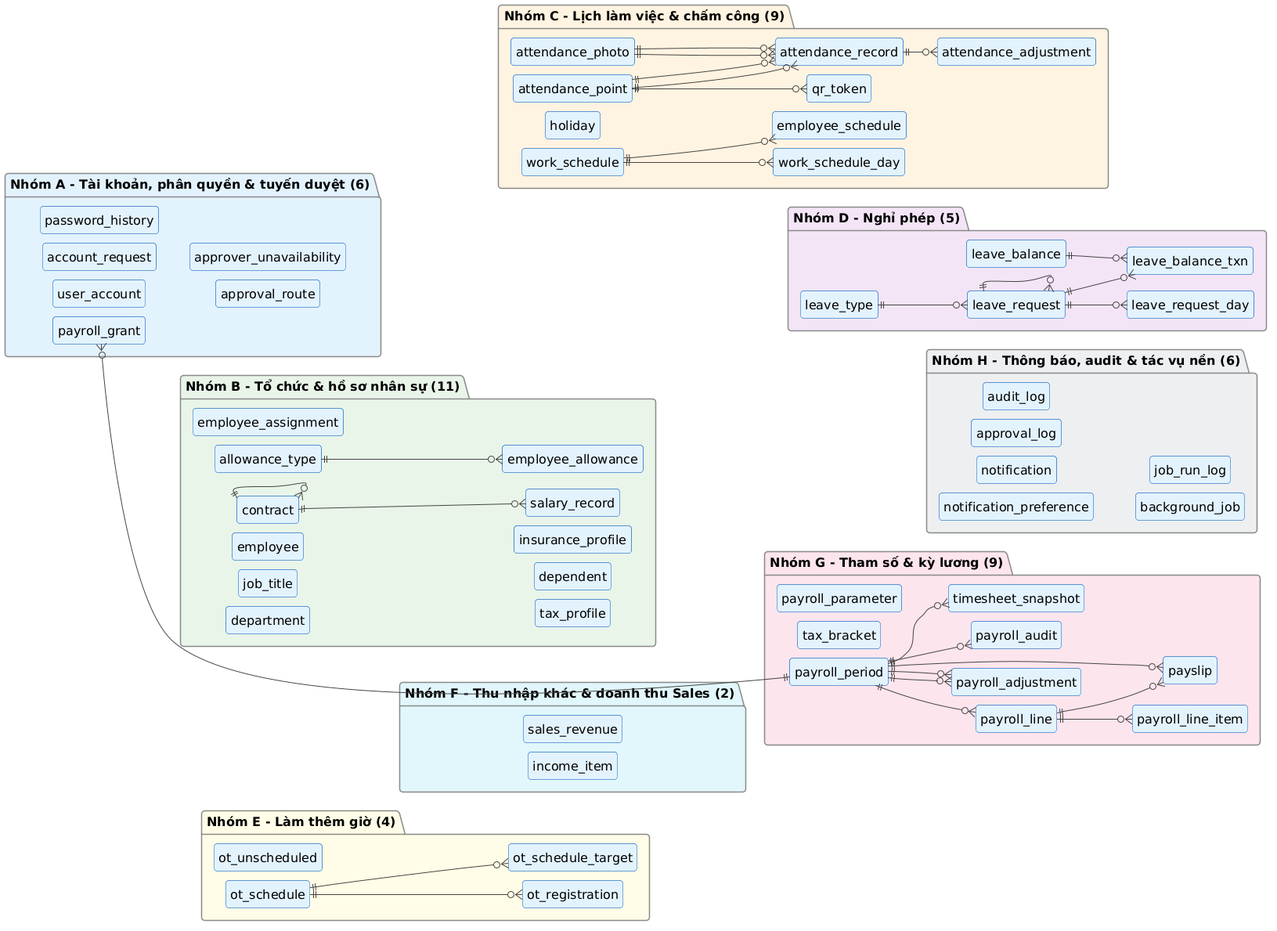
The PlantUML diagram docs/uml/png/fig4_3_erd_overview.png in gihan160306/HRFlow, before a commit. The source it was exported from:
```plantuml
@startuml
skinparam backgroundColor #FFFFFF
skinparam shadowing false
skinparam roundCorner 8
skinparam defaultFontSize 16
skinparam ArrowColor #444444
skinparam ArrowFontSize 14
skinparam maxMessageSize 220
skinparam wrapWidth 260
skinparam padding 3
skinparam actorBorderColor #333333
skinparam actorBackgroundColor #FFFFFF
skinparam usecaseBorderColor #1565C0
skinparam usecaseBackgroundColor #E3F2FD
skinparam rectangleBorderColor #546E7A
skinparam rectangleBackgroundColor #FAFAFA
skinparam packageBorderColor #546E7A
skinparam packageBackgroundColor #FAFAFA
skinparam classBorderColor #1565C0
skinparam classBackgroundColor #F5FAFF
skinparam classHeaderBackgroundColor #E3F2FD
skinparam participantBorderColor #1565C0
skinparam participantBackgroundColor #E3F2FD
skinparam sequenceLifeLineBorderColor #888888
skinparam sequenceGroupBorderColor #888888
skinparam stateBorderColor #1565C0
skinparam stateBackgroundColor #E3F2FD
skinparam activityBorderColor #1565C0
skinparam activityBackgroundColor #E3F2FD
skinparam noteBorderColor #F9A825
skinparam noteBackgroundColor #FFF8E1

hide circle
hide empty members
skinparam entityBackgroundColor #FFFFFF
left to right direction
skinparam nodesep 12
skinparam ranksep 40
skinparam entityBorderColor #1565C0
package "Nhóm A - Tài khoản, phân quyền & tuyến duyệt (6)" #E3F2FD {
  entity user_account
  entity password_history
  entity account_request
  entity payroll_grant
  entity approval_route
  entity approver_unavailability
}
package "Nhóm B - Tổ chức & hồ sơ nhân sự (11)" #E8F5E9 {
  entity department
  entity job_title
  entity employee
  entity employee_assignment
  entity contract
  entity salary_record
  entity allowance_type
  entity employee_allowance
  entity tax_profile
  entity dependent
  entity insurance_profile
}
package "Nhóm C - Lịch làm việc & chấm công (9)" #FFF3E0 {
  entity work_schedule
  entity work_schedule_day
  entity employee_schedule
  entity holiday
  entity attendance_point
  entity qr_token
  entity attendance_record
  entity attendance_photo
  entity attendance_adjustment
}
package "Nhóm D - Nghỉ phép (5)" #F3E5F5 {
  entity leave_type
  entity leave_request
  entity leave_request_day
  entity leave_balance
  entity leave_balance_txn
}
package "Nhóm E - Làm thêm giờ (4)" #FFFDE7 {
  entity ot_schedule
  entity ot_schedule_target
  entity ot_registration
  entity ot_unscheduled
}
package "Nhóm F - Thu nhập khác & doanh thu Sales (2)" #E0F7FA {
  entity income_item
  entity sales_revenue
}
package "Nhóm G - Tham số & kỳ lương (9)" #FCE4EC {
  entity payroll_parameter
  entity tax_bracket
  entity payroll_period
  entity timesheet_snapshot
  entity payroll_line
  entity payroll_line_item
  entity payroll_adjustment
  entity payslip
  entity payroll_audit
}
package "Nhóm H - Thông báo, audit & tác vụ nền (6)" #ECEFF1 {
  entity notification
  entity notification_preference
  entity approval_log
  entity audit_log
  entity background_job
  entity job_run_log
}
user_account -[hidden]-> department
department -[hidden]-> work_schedule
work_schedule -[hidden]-> leave_type
ot_schedule -[hidden]-> income_item
income_item -[hidden]-> payroll_parameter
payroll_parameter -[hidden]-> notification
user_account -[hidden]down-> ot_schedule
department -[hidden]down-> income_item
work_schedule -[hidden]down-> payroll_parameter
leave_type -[hidden]down-> notification
payroll_period ||--o{ payroll_grant
contract ||--o{ contract
contract ||--o{ salary_record
allowance_type ||--o{ employee_allowance
work_schedule ||--o{ work_schedule_day
work_schedule ||--o{ employee_schedule
attendance_point ||--o{ qr_token
attendance_point ||--o{ attendance_record
attendance_point ||--o{ attendance_record
attendance_photo ||--o{ attendance_record
attendance_photo ||--o{ attendance_record
attendance_record ||--o{ attendance_adjustment
leave_type ||--o{ leave_request
leave_request ||--o{ leave_request
leave_request ||--o{ leave_request_day
leave_balance ||--o{ leave_balance_txn
leave_request ||--o{ leave_balance_txn
ot_schedule ||--o{ ot_schedule_target
ot_schedule ||--o{ ot_registration
payroll_period ||--o{ timesheet_snapshot
payroll_period ||--o{ payroll_line
payroll_line ||--o{ payroll_line_item
payroll_period ||--o{ payroll_adjustment
payroll_period ||--o{ payroll_adjustment
payroll_period ||--o{ payslip
payroll_line ||--o{ payslip
payroll_period ||--o{ payroll_audit
@enduml
```
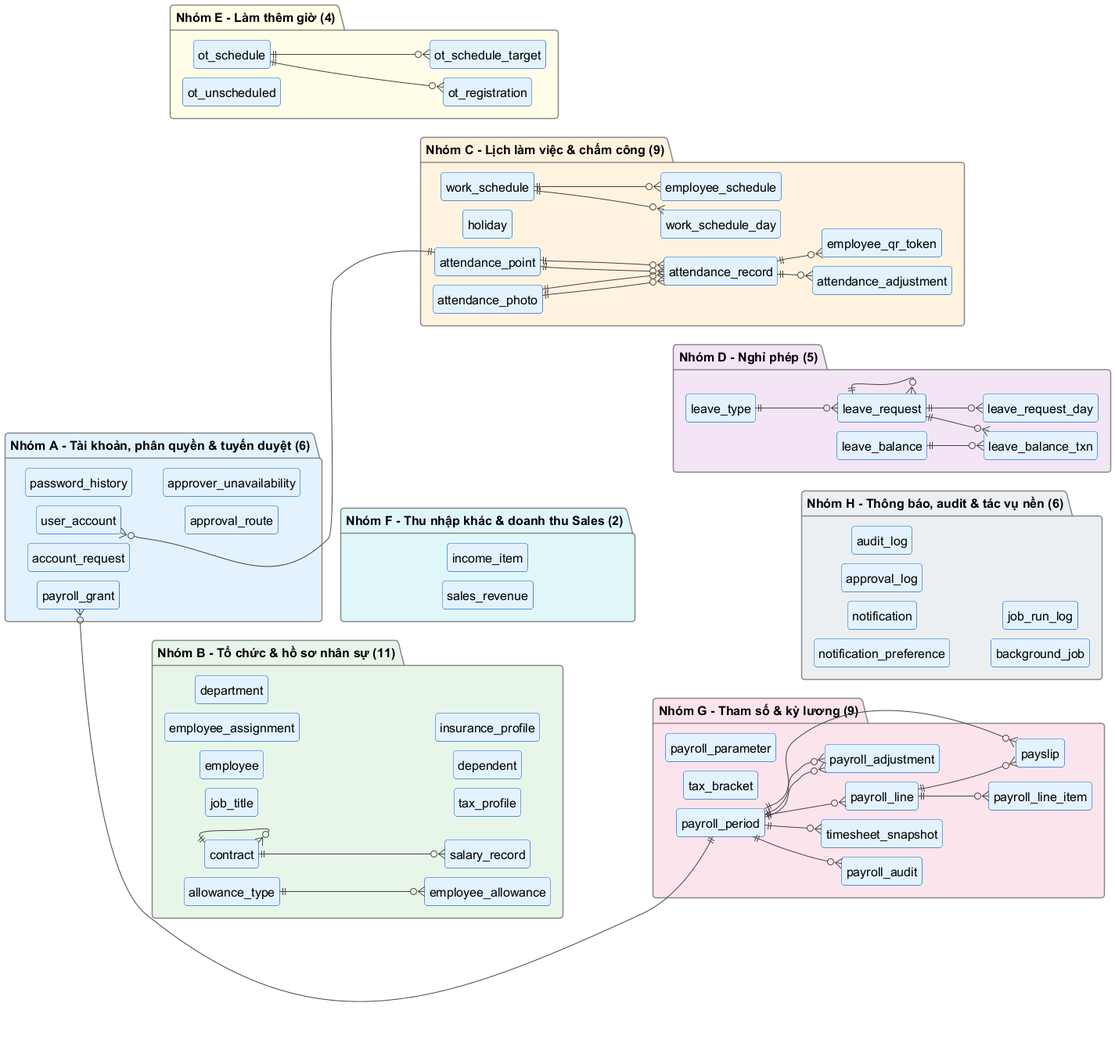
Above is the later version.

What changed in the source:
```diff
@@ -1,4 +1,4 @@
-@startuml
+@startuml fig4_3_erd_overview
 skinparam backgroundColor #FFFFFF
 skinparam shadowing false
 skinparam roundCorner 8
@@ -64,7 +64,7 @@
   entity employee_schedule
   entity holiday
   entity attendance_point
-  entity qr_token
+  entity employee_qr_token
   entity attendance_record
   entity attendance_photo
   entity attendance_adjustment
@@ -115,13 +115,14 @@
 department -[hidden]down-> income_item
 work_schedule -[hidden]down-> payroll_parameter
 leave_type -[hidden]down-> notification
+attendance_point ||-[norank]-o{ user_account
 payroll_period ||--o{ payroll_grant
 contract ||--o{ contract
 contract ||--o{ salary_record
 allowance_type ||--o{ employee_allowance
 work_schedule ||--o{ work_schedule_day
 work_schedule ||--o{ employee_schedule
-attendance_point ||--o{ qr_token
+attendance_record ||--o{ employee_qr_token
 attendance_point ||--o{ attendance_record
 attendance_point ||--o{ attendance_record
 attendance_photo ||--o{ attendance_record
```
